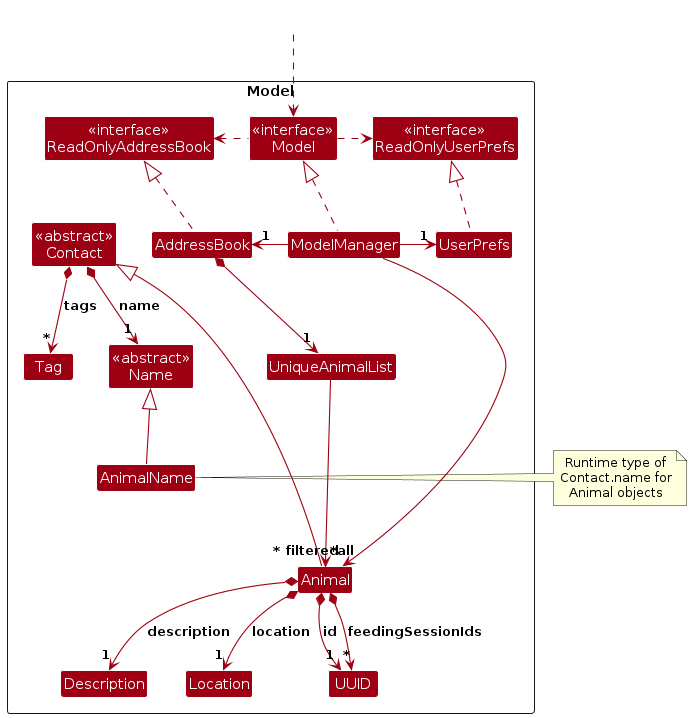
This is diagrams/ModelAnimalClassDiagram.png from AY2526S1-CS2103T-W14-3/tp, a PlantUML export, as it was before one commit. Its source is kept beside it as diagrams/ModelAnimalClassDiagram.puml.
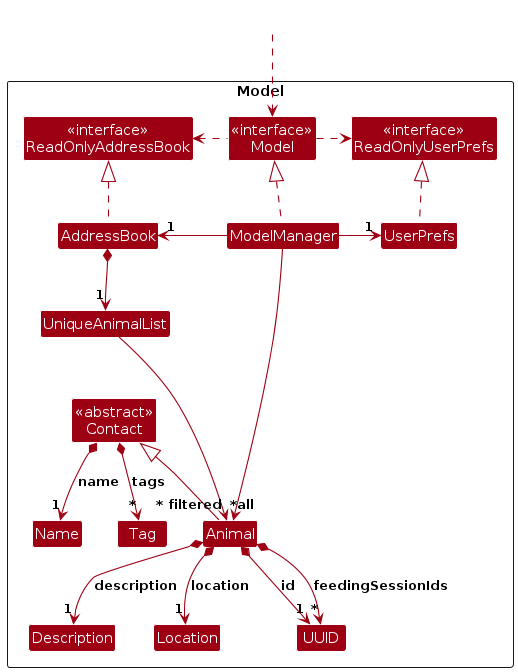
Above is the later version.

Change to the diagram source:
```diff
@@ -15,8 +15,7 @@
 Class UniqueAnimalList
 Class "<<abstract>>\nContact" as Contact
 Class Animal
-Class "<<abstract>>\nName" as Name
-Class AnimalName
+Class Name
 Class Description
 Class Location
 Class Tag
@@ -44,9 +43,6 @@
 Contact *--> "1" Name : name
 Contact *--> "*" Tag : tags
 
-AnimalName -up-|> Name
-AnimalName .[hidden].> Animal
-
 Animal *--> "1" UUID : id
 Animal *--> "1" Description : description
 Animal *--> "1" Location : location
@@ -59,10 +55,4 @@
 
 ModelManager --> "~* filtered" Animal
 
-note left of AnimalName
-  Runtime type of
-  Contact.name for
-  Animal objects
-end note
-
 @enduml
```
